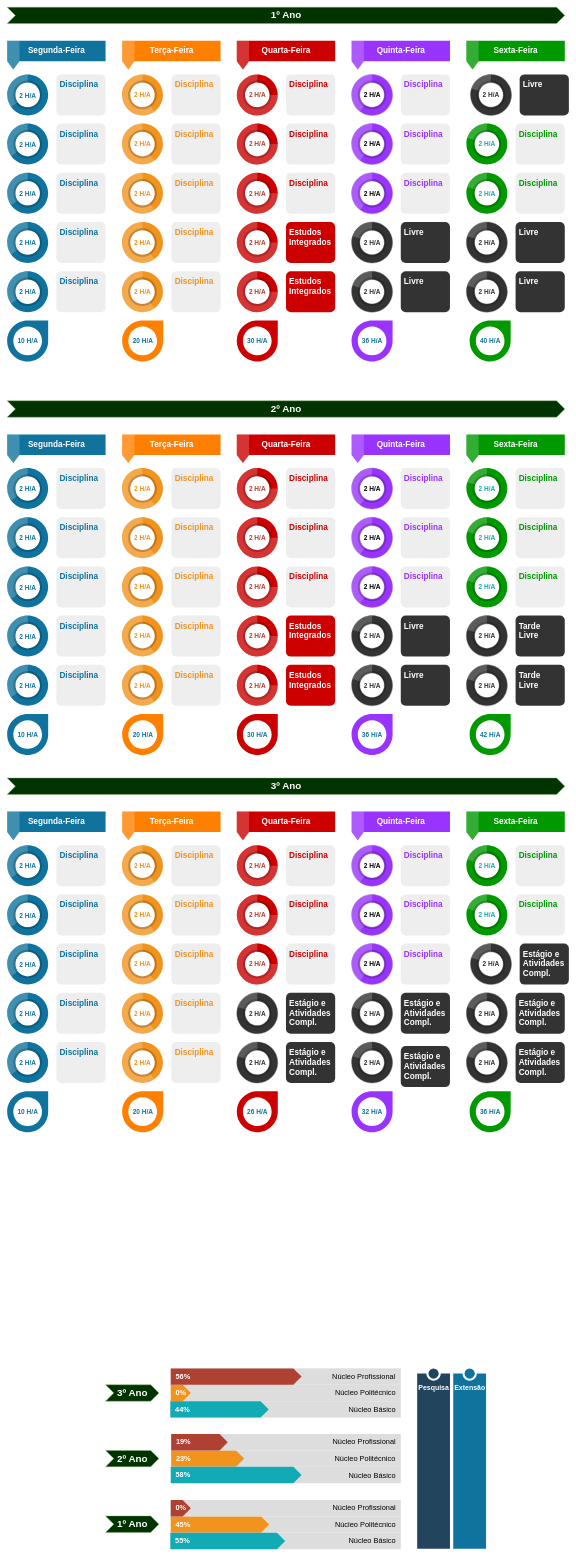
This is Pictures/DiagramaSemanal.drawio from waldeyr/novo_biotec, a draw.io file, before an edit. Source tidied: cells renumbered, new cells numbered last; positions are measured from the earlier drawing's top-left corner, leaving out a move shared by most shapes. Both pictures are drawn from the tidied source at 41%, with x=0, y=0 at pixel (7, 7).
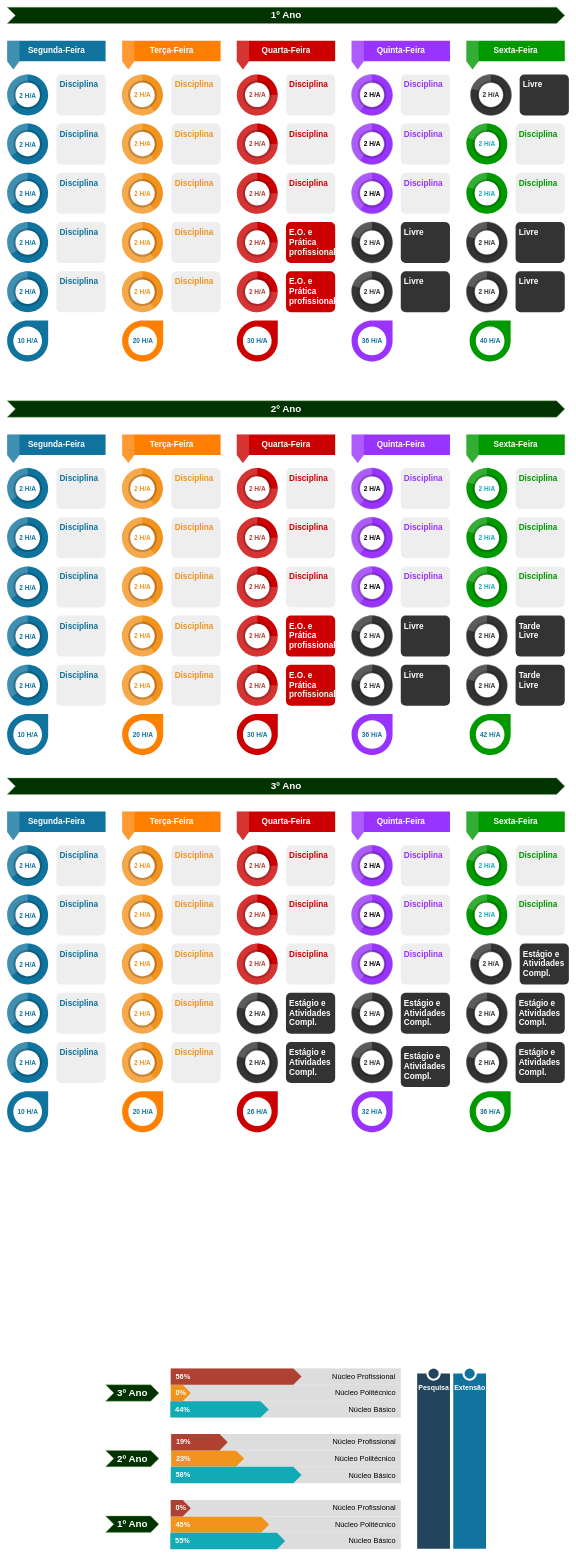
After the change.

Diff of the diagram source:
```diff
@@
-    <mxCell id="26" value="&lt;font style=&quot;font-size: 20px&quot;&gt;&lt;font style=&quot;font-size: 20px&quot;&gt;&lt;b style=&quot;font-size: 20px&quot;&gt;Estudos Integrados&lt;/b&gt;&lt;/font&gt;&lt;br style=&quot;font-size: 20px&quot;&gt;&lt;br style=&quot;font-size: 20px&quot;&gt;&lt;br style=&quot;font-size: 20px&quot;&gt;&lt;/font&gt;" style="rounded=1;strokeColor=none;fillColor=#CC0000;align=left;arcSize=12;verticalAlign=top;whiteSpace=wrap;html=1;fontSize=20;spacing=8;fontColor=#FFFFFF;" parent="1" vertex="1">
+    <mxCell id="26" value="&lt;font&gt;&lt;b&gt;E.O. e Prática profissional&lt;/b&gt;&lt;br&gt;&lt;/font&gt;" style="rounded=1;strokeColor=none;fillColor=#CC0000;align=left;arcSize=12;verticalAlign=top;whiteSpace=wrap;html=1;fontSize=20;spacing=8;fontColor=#FFFFFF;" parent="1" vertex="1">
       <mxGeometry x="680" y="524" width="120" height="100" as="geometry" />
     </mxCell>
@@
-    <mxCell id="48" value="&lt;font style=&quot;font-size: 20px&quot;&gt;&lt;font style=&quot;font-size: 20px&quot;&gt;&lt;b style=&quot;font-size: 20px&quot;&gt;Estudos Integrados&lt;/b&gt;&lt;/font&gt;&lt;br style=&quot;font-size: 20px&quot;&gt;&lt;br style=&quot;font-size: 20px&quot;&gt;&lt;br style=&quot;font-size: 20px&quot;&gt;&lt;/font&gt;" style="rounded=1;strokeColor=none;fillColor=#CC0000;align=left;arcSize=12;verticalAlign=top;whiteSpace=wrap;html=1;fontSize=20;spacing=8;fontColor=#FFFFFF;" parent="1" vertex="1">
+    <mxCell id="48" value="&lt;font style=&quot;font-size: 20px&quot;&gt;&lt;b&gt;E.O. e Prática profissional&lt;/b&gt;&lt;br&gt;&lt;br&gt;&lt;/font&gt;" style="rounded=1;strokeColor=none;fillColor=#CC0000;align=left;arcSize=12;verticalAlign=top;whiteSpace=wrap;html=1;fontSize=20;spacing=8;fontColor=#FFFFFF;" parent="1" vertex="1">
       <mxGeometry x="680" y="644" width="120" height="100" as="geometry" />
     </mxCell>
@@
-    <mxCell id="83" value="&lt;font style=&quot;font-size: 20px&quot;&gt;&lt;font style=&quot;font-size: 20px&quot;&gt;&lt;b style=&quot;font-size: 20px&quot;&gt;Estudos Integrados&lt;/b&gt;&lt;/font&gt;&lt;br style=&quot;font-size: 20px&quot;&gt;&lt;br style=&quot;font-size: 20px&quot;&gt;&lt;br style=&quot;font-size: 20px&quot;&gt;&lt;/font&gt;" style="rounded=1;strokeColor=none;fillColor=#CC0000;align=left;arcSize=12;verticalAlign=top;whiteSpace=wrap;html=1;fontSize=20;spacing=8;fontColor=#FFFFFF;" parent="1" vertex="1">
+    <mxCell id="83" value="&lt;font style=&quot;font-size: 20px&quot;&gt;&lt;b&gt;E.O. e Prática profissional&lt;/b&gt;&lt;br&gt;&lt;br&gt;&lt;/font&gt;" style="rounded=1;strokeColor=none;fillColor=#CC0000;align=left;arcSize=12;verticalAlign=top;whiteSpace=wrap;html=1;fontSize=20;spacing=8;fontColor=#FFFFFF;" parent="1" vertex="1">
       <mxGeometry x="680" y="1484" width="120" height="100" as="geometry" />
     </mxCell>
@@
-    <mxCell id="105" value="&lt;font style=&quot;font-size: 20px&quot;&gt;&lt;font style=&quot;font-size: 20px&quot;&gt;&lt;b style=&quot;font-size: 20px&quot;&gt;Estudos Integrados&lt;/b&gt;&lt;/font&gt;&lt;br style=&quot;font-size: 20px&quot;&gt;&lt;br style=&quot;font-size: 20px&quot;&gt;&lt;br style=&quot;font-size: 20px&quot;&gt;&lt;/font&gt;" style="rounded=1;strokeColor=none;fillColor=#CC0000;align=left;arcSize=12;verticalAlign=top;whiteSpace=wrap;html=1;fontSize=20;spacing=8;fontColor=#FFFFFF;" parent="1" vertex="1">
+    <mxCell id="105" value="&lt;font style=&quot;font-size: 20px&quot;&gt;&lt;b&gt;E.O. e Prática profissional&lt;/b&gt;&lt;br&gt;&lt;br&gt;&lt;/font&gt;" style="rounded=1;strokeColor=none;fillColor=#CC0000;align=left;arcSize=12;verticalAlign=top;whiteSpace=wrap;html=1;fontSize=20;spacing=8;fontColor=#FFFFFF;" parent="1" vertex="1">
       <mxGeometry x="680" y="1604" width="120" height="100" as="geometry" />
     </mxCell>
```
